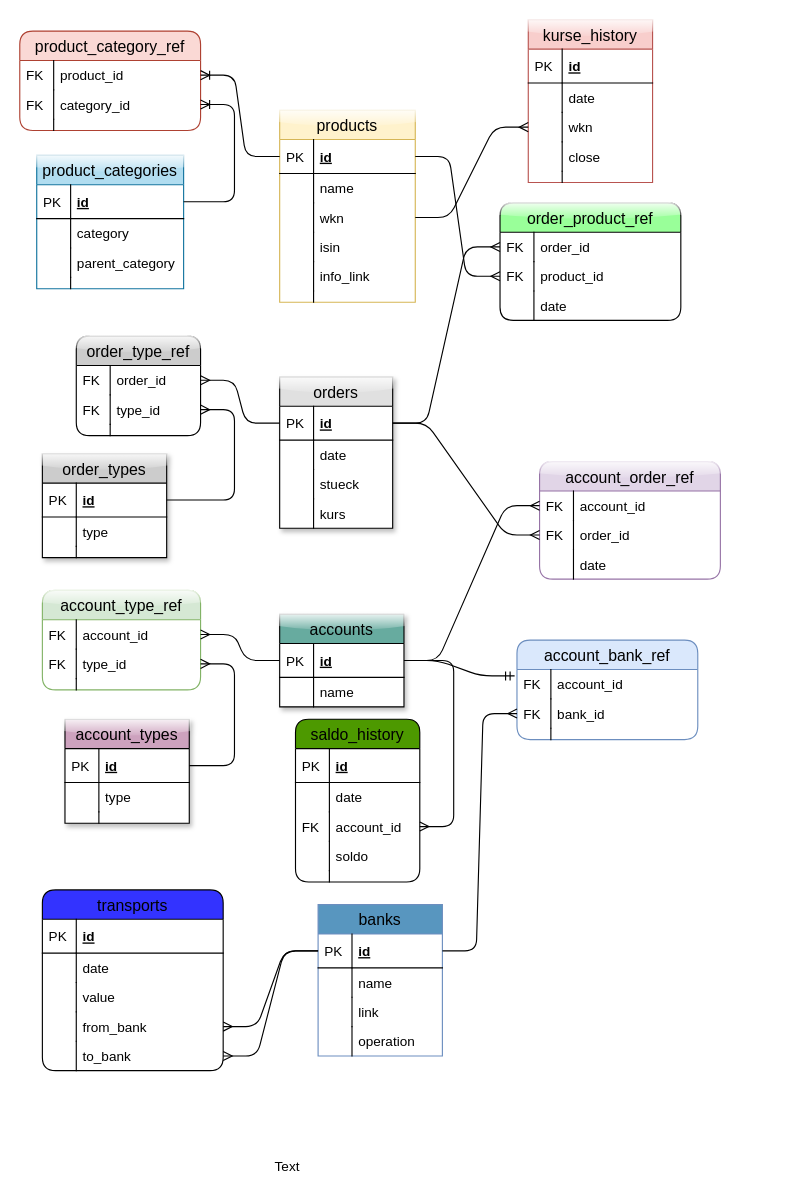
Earlier version of the draw.io diagram database/investment/design/relationships.drawio (l07p/pi_server). Source tidied: cells renumbered, new cells numbered last; positions are measured from the earlier drawing's top-left corner, leaving out a move shared by most shapes. Both pictures are drawn from the tidied source at 113%, with x=0, y=0 at pixel (19, 19).
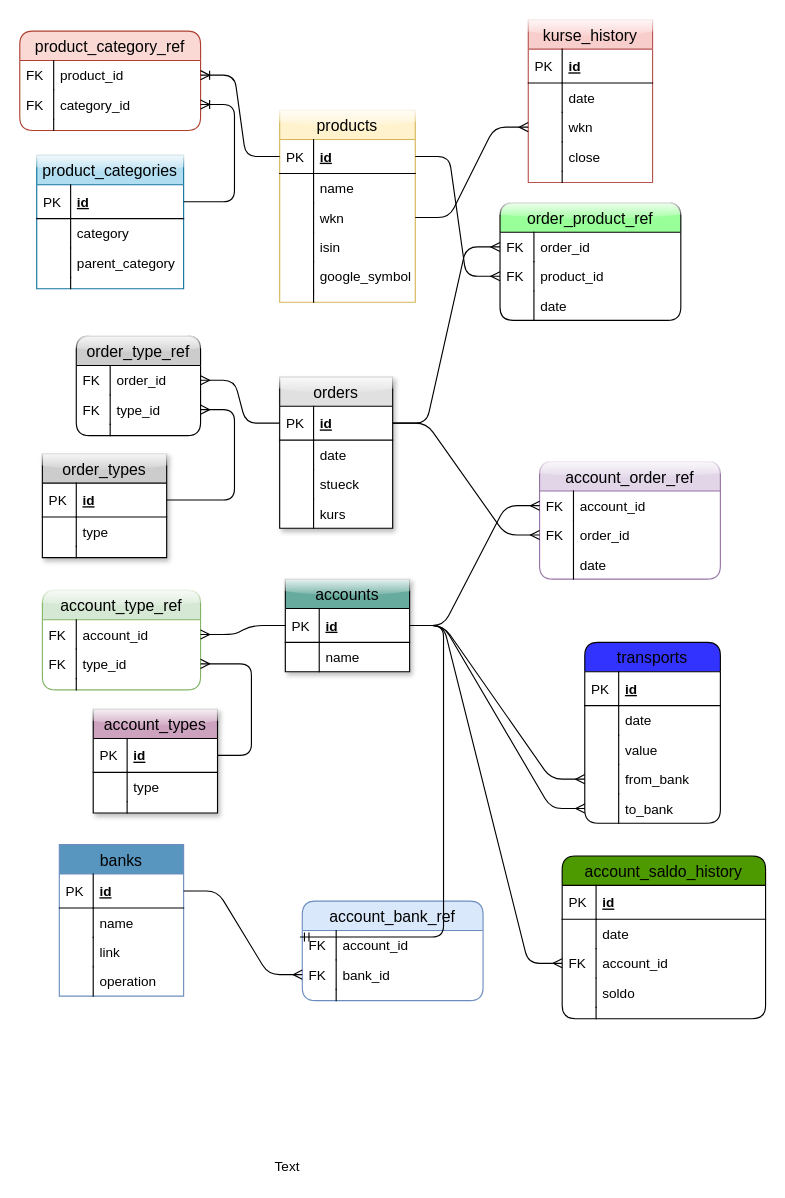
Above is the later version.

The change refers to these unchanged cells:
```xml
<mxCell id="2" value="products" style="swimlane;fontStyle=0;horizontal=1;startSize=26;align=center;fontSize=14;fillColor=#fff2cc;strokeColor=#d6b656;glass=1;" parent="1" vertex="1">
  <mxGeometry x="230" y="80" width="120" height="170" as="geometry" />
</mxCell>
<mxCell id="43" value="id" style="shape=partialRectangle;top=0;left=0;right=0;bottom=1;align=left;verticalAlign=middle;fillColor=none;spacingLeft=34;spacingRight=4;overflow=hidden;points=[[0,0.5],[1,0.5]];portConstraint=eastwest;fontStyle=5;fontSize=12;" parent="42" vertex="1">
  <mxGeometry y="26" width="110" height="30" as="geometry" />
</mxCell>
<mxCell id="110" value="id" style="shape=partialRectangle;top=0;left=0;right=0;bottom=1;align=left;verticalAlign=middle;fillColor=none;spacingLeft=34;spacingRight=4;overflow=hidden;points=[[0,0.5],[1,0.5]];portConstraint=eastwest;fontStyle=5;fontSize=12;" parent="109" vertex="1">
  <mxGeometry y="26" width="110" height="30" as="geometry" />
</mxCell>
```

Diff of the diagram source:
```diff
@@
-    <mxCell id="11" value="info_link" style="shape=partialRectangle;top=0;left=0;right=0;bottom=0;align=left;verticalAlign=top;fillColor=none;spacingLeft=34;spacingRight=4;overflow=hidden;fontSize=12;" parent="2" vertex="1">
+    <mxCell id="11" value="google_symbol" style="shape=partialRectangle;top=0;left=0;right=0;bottom=0;align=left;verticalAlign=top;fillColor=none;spacingLeft=34;spacingRight=4;overflow=hidden;fontSize=12;" parent="2" vertex="1">
       <mxGeometry y="134" width="120" height="26" as="geometry" />
     </mxCell>
@@
     <mxCell id="42" value="accounts" style="swimlane;fontStyle=0;horizontal=1;startSize=26;fillColor=#67AB9F;swimlaneFillColor=#ffffff;align=center;fontSize=14;rounded=0;shadow=1;glass=1;comic=0;" parent="1" vertex="1">
-      <mxGeometry x="230" y="526" width="110" height="82" as="geometry" />
+      <mxGeometry x="235" y="495" width="110" height="82" as="geometry" />
     </mxCell>
@@
     <mxCell id="47" value="account_types" style="swimlane;fontStyle=0;horizontal=1;startSize=26;fillColor=#CDA2BE;swimlaneFillColor=#ffffff;align=center;fontSize=14;rounded=0;shadow=1;glass=1;comic=0;" parent="1" vertex="1">
-      <mxGeometry x="40" y="619" width="110" height="92" as="geometry" />
+      <mxGeometry x="65" y="610" width="110" height="92" as="geometry" />
     </mxCell>
@@
     <mxCell id="109" value="banks" style="swimlane;fontStyle=0;horizontal=1;startSize=26;fillColor=#5896BF;swimlaneFillColor=#ffffff;align=center;fontSize=14;strokeColor=#6c8ebf;" parent="1" vertex="1">
-      <mxGeometry x="264" y="783" width="110" height="134" as="geometry" />
+      <mxGeometry x="35" y="730" width="110" height="134" as="geometry" />
     </mxCell>
@@
     <mxCell id="118" value="account_bank_ref" style="swimlane;fontStyle=0;horizontal=1;startSize=26;fillColor=#dae8fc;swimlaneFillColor=#ffffff;align=center;fontSize=14;rounded=1;strokeColor=#6c8ebf;" parent="1" vertex="1">
-      <mxGeometry x="440" y="549" width="160" height="88" as="geometry" />
+      <mxGeometry x="250" y="780" width="160" height="88" as="geometry" />
     </mxCell>
@@
     <mxCell id="127" value="transports" style="swimlane;fontStyle=0;horizontal=1;startSize=26;fillColor=#3333FF;swimlaneFillColor=#ffffff;align=center;fontSize=14;rounded=1;" parent="1" vertex="1">
-      <mxGeometry x="20" y="770" width="160" height="160" as="geometry" />
+      <mxGeometry x="500" y="551" width="120" height="160" as="geometry" />
     </mxCell>
     <mxCell id="128" value="id" style="shape=partialRectangle;top=0;left=0;right=0;bottom=1;align=left;verticalAlign=middle;fillColor=none;spacingLeft=34;spacingRight=4;overflow=hidden;fontStyle=5;fontSize=12;" parent="127" vertex="1">
-      <mxGeometry y="26" width="160" height="30" as="geometry" />
+      <mxGeometry y="26" width="120" height="30" as="geometry" />
     </mxCell>
@@
     <mxCell id="130" value="date" style="shape=partialRectangle;top=0;left=0;right=0;bottom=0;align=left;verticalAlign=top;fillColor=none;spacingLeft=34;spacingRight=4;overflow=hidden;fontSize=12;" parent="127" vertex="1">
-      <mxGeometry y="56" width="160" height="26" as="geometry" />
+      <mxGeometry y="56" width="120" height="26" as="geometry" />
     </mxCell>
@@
     <mxCell id="132" value="value" style="shape=partialRectangle;top=0;left=0;right=0;bottom=0;align=left;verticalAlign=top;fillColor=none;spacingLeft=34;spacingRight=4;overflow=hidden;fontSize=12;" parent="127" vertex="1">
-      <mxGeometry y="82" width="160" height="26" as="geometry" />
+      <mxGeometry y="82" width="120" height="26" as="geometry" />
     </mxCell>
@@
     <mxCell id="134" value="from_bank" style="shape=partialRectangle;top=0;left=0;right=0;bottom=0;align=left;verticalAlign=top;fillColor=none;spacingLeft=34;spacingRight=4;overflow=hidden;points=[[0,0.5],[1,0.5]];portConstraint=eastwest;fontSize=12;" parent="127" vertex="1">
-      <mxGeometry y="108" width="160" height="26" as="geometry" />
+      <mxGeometry y="108" width="120" height="26" as="geometry" />
     </mxCell>
@@
     <mxCell id="136" value="to_bank" style="shape=partialRectangle;top=0;left=0;right=0;bottom=0;align=left;verticalAlign=top;fillColor=none;spacingLeft=34;spacingRight=4;overflow=hidden;points=[[0,0.5],[1,0.5]];portConstraint=eastwest;fontSize=12;" parent="127" vertex="1">
-      <mxGeometry y="134" width="160" height="26" as="geometry" />
+      <mxGeometry y="134" width="120" height="26" as="geometry" />
     </mxCell>
@@
-    <mxCell id="139" style="edgeStyle=entityRelationEdgeStyle;fontSize=12;html=1;endArrow=ERmany;" parent="1" edge="1" source="110" target="134">
+    <mxCell id="139" style="edgeStyle=entityRelationEdgeStyle;fontSize=12;html=1;endArrow=ERmany;" parent="1" edge="1" source="43" target="134">
       <mxGeometry relative="1" as="geometry" />
     </mxCell>
-    <mxCell id="140" style="edgeStyle=entityRelationEdgeStyle;fontSize=12;html=1;endArrow=ERmany;" parent="1" edge="1" source="110" target="136">
+    <mxCell id="140" style="edgeStyle=entityRelationEdgeStyle;fontSize=12;html=1;endArrow=ERmany;" parent="1" edge="1" source="43" target="136">
       <mxGeometry relative="1" as="geometry" />
     </mxCell>
-    <mxCell id="141" value="saldo_history" style="swimlane;fontStyle=0;horizontal=1;startSize=26;fillColor=#4D9900;swimlaneFillColor=#ffffff;align=center;fontSize=14;rounded=1;" parent="1" vertex="1">
-      <mxGeometry x="244" y="619" width="110" height="144" as="geometry" />
+    <mxCell id="141" value="account_saldo_history" style="swimlane;fontStyle=0;horizontal=1;startSize=26;fillColor=#4D9900;swimlaneFillColor=#ffffff;align=center;fontSize=14;rounded=1;" parent="1" vertex="1">
+      <mxGeometry x="480" y="740" width="180" height="144" as="geometry" />
     </mxCell>
     <mxCell id="142" value="id" style="shape=partialRectangle;top=0;left=0;right=0;bottom=1;align=left;verticalAlign=middle;fillColor=none;spacingLeft=34;spacingRight=4;overflow=hidden;fontStyle=5;fontSize=12;" parent="141" vertex="1">
-      <mxGeometry y="26" width="110" height="30" as="geometry" />
+      <mxGeometry y="26" width="180" height="30" as="geometry" />
     </mxCell>
@@
     <mxCell id="144" value="date" style="shape=partialRectangle;top=0;left=0;right=0;bottom=0;align=left;verticalAlign=top;fillColor=none;spacingLeft=34;spacingRight=4;overflow=hidden;fontSize=12;" parent="141" vertex="1">
-      <mxGeometry y="56" width="110" height="26" as="geometry" />
+      <mxGeometry y="56" width="180" height="26" as="geometry" />
     </mxCell>
@@
     <mxCell id="146" value="account_id" style="shape=partialRectangle;top=0;left=0;right=0;bottom=0;align=left;verticalAlign=top;fillColor=none;spacingLeft=34;spacingRight=4;overflow=hidden;points=[[0,0.5],[1,0.5]];portConstraint=eastwest;fontSize=12;" parent="141" vertex="1">
-      <mxGeometry y="82" width="110" height="26" as="geometry" />
+      <mxGeometry y="82" width="180" height="26" as="geometry" />
     </mxCell>
@@
     <mxCell id="148" value="soldo" style="shape=partialRectangle;top=0;left=0;right=0;bottom=0;align=left;verticalAlign=top;fillColor=none;spacingLeft=34;spacingRight=4;overflow=hidden;fontSize=12;" parent="141" vertex="1">
-      <mxGeometry y="108" width="110" height="26" as="geometry" />
+      <mxGeometry y="108" width="180" height="26" as="geometry" />
     </mxCell>
@@
     <mxCell id="150" style="shape=partialRectangle;top=0;left=0;right=0;bottom=0;align=left;verticalAlign=top;fillColor=none;spacingLeft=34;spacingRight=4;overflow=hidden;fontSize=12;" parent="141" vertex="1">
-      <mxGeometry y="134" width="110" height="10" as="geometry" />
+      <mxGeometry y="134" width="180" height="10" as="geometry" />
     </mxCell>
```
